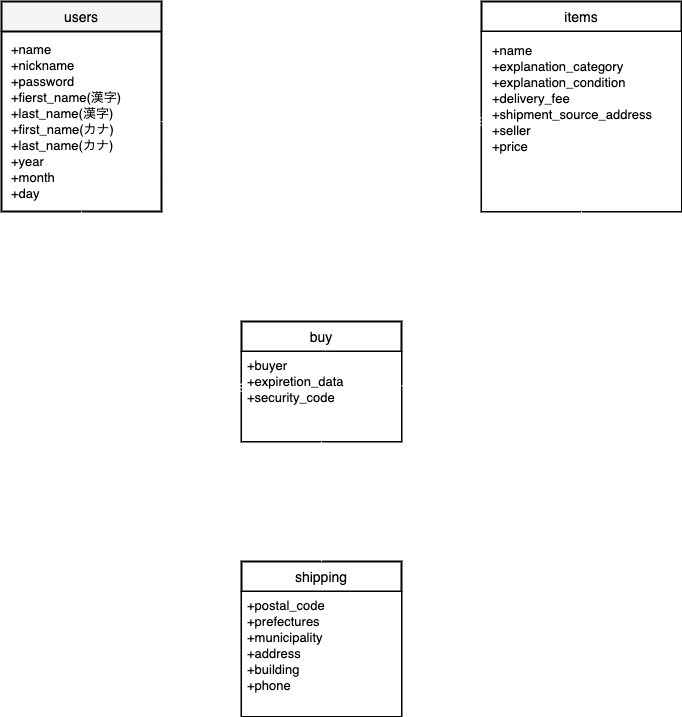
Above: furima.png in takashimayuusuke/furima-32497 (draw.io), before the change. Source tidied: cells renumbered, new cells last; positions are measured from the earlier drawing's top-left corner, leaving out a move shared by most shapes.
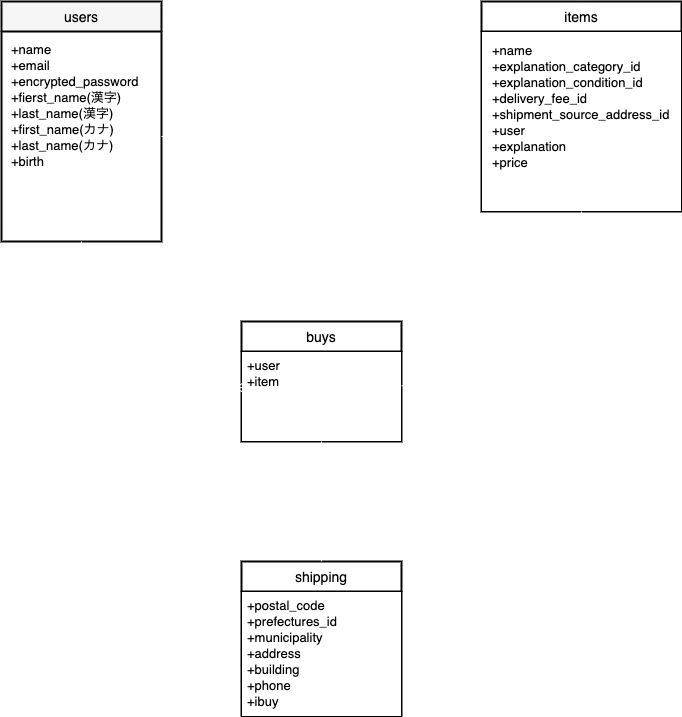
The same file after the commit.

Diff of the diagram source:
```diff
@@ -3,24 +3,26 @@
     <mxCell id="0" />
     <mxCell id="1" parent="0" />
     <mxCell id="2" value="users" style="swimlane;horizontal=1;startSize=30;rounded=0;fontSize=14;fontStyle=0;strokeWidth=2;shadow=0;dashed=0;align=center;fillColor=#f5f5f5;swimlaneFillColor=#ffffff;fontColor=#000000;strokeColor=#000000;" parent="1" vertex="1">
-      <mxGeometry width="160" height="210" as="geometry" />
+      <mxGeometry width="160" height="240" as="geometry" />
     </mxCell>
-    <mxCell id="3" value="+name&#10;+nickname&#10;+password&#10;+fierst_name(漢字)&#10;+last_name(漢字)&#10;+first_name(カナ)&#10;+last_name(カナ)&#10;+year&#10;+month&#10;+day&#10;&#10;" style="align=left;strokeColor=none;fillColor=none;spacingLeft=4;fontSize=13;verticalAlign=top;spacing=6;fontColor=#000000;labelBorderColor=none;" parent="2" vertex="1">
-      <mxGeometry y="30" width="160" height="180" as="geometry" />
+    <mxCell id="3" value="+name&#10;+email&#10;+encrypted_password&#10;+fierst_name(漢字)&#10;+last_name(漢字)&#10;+first_name(カナ)&#10;+last_name(カナ)&#10;+birth&#10;" style="align=left;strokeColor=none;fillColor=none;spacingLeft=4;fontSize=13;verticalAlign=top;spacing=6;fontColor=#000000;labelBorderColor=none;" parent="2" vertex="1">
+      <mxGeometry y="30" width="160" height="210" as="geometry" />
     </mxCell>
     <mxCell id="4" value="items" style="swimlane;horizontal=1;startSize=30;rounded=0;fontSize=14;fontStyle=0;strokeWidth=2;shadow=0;dashed=0;align=center;fontColor=#000000;labelBackgroundColor=none;fillColor=#FFFFFF;swimlaneFillColor=#FFFFFF;strokeColor=#000000;" parent="1" vertex="1">
       <mxGeometry x="480" width="200" height="210" as="geometry" />
     </mxCell>
-    <mxCell id="5" value="+name&#10;+explanation_category&#10;+explanation_condition&#10;+delivery_fee&#10;+shipment_source_address&#10;+seller&#10;+price" style="align=left;spacingLeft=4;fontSize=13;verticalAlign=top;spacing=7;fontColor=#000000;fillColor=#FFFFFF;" parent="4" vertex="1">
+    <mxCell id="5" value="+name&#10;+explanation_category_id&#10;+explanation_condition_id&#10;+delivery_fee_id&#10;+shipment_source_address_id&#10;+user&#10;+explanation&#10;+price" style="align=left;spacingLeft=4;fontSize=13;verticalAlign=top;spacing=7;fontColor=#000000;fillColor=#FFFFFF;" parent="4" vertex="1">
       <mxGeometry y="30" width="200" height="180" as="geometry" />
     </mxCell>
-    <mxCell id="6" style="edgeStyle=orthogonalEdgeStyle;rounded=0;jettySize=auto;html=1;exitX=1;exitY=0.5;exitDx=0;exitDy=0;entryX=0;entryY=0.5;entryDx=0;entryDy=0;startArrow=ERone;startFill=0;startSize=6;endArrow=ERmany;endFill=0;strokeColor=#FFFFFF;" parent="1" edge="1" source="3" target="5">
-      <mxGeometry relative="1" as="geometry" />
+    <mxCell id="6" style="edgeStyle=orthogonalEdgeStyle;rounded=0;jettySize=auto;html=1;exitX=1;exitY=0.5;exitDx=0;exitDy=0;startArrow=ERone;startFill=0;startSize=6;endArrow=ERmany;endFill=0;strokeColor=#FFFFFF;" parent="1" edge="1" source="3">
+      <mxGeometry relative="1" as="geometry">
+        <mxPoint x="476" y="135" as="targetPoint" />
+      </mxGeometry>
     </mxCell>
-    <mxCell id="7" value="buy" style="swimlane;horizontal=1;startSize=30;rounded=0;fontSize=14;fontStyle=0;strokeWidth=2;shadow=0;dashed=0;align=center;fillColor=#FFFFFF;fontColor=#000000;strokeColor=#000000;swimlaneFillColor=#ffffff;" parent="1" vertex="1">
+    <mxCell id="7" value="buys" style="swimlane;horizontal=1;startSize=30;rounded=0;fontSize=14;fontStyle=0;strokeWidth=2;shadow=0;dashed=0;align=center;fillColor=#FFFFFF;fontColor=#000000;strokeColor=#000000;swimlaneFillColor=#ffffff;" parent="1" vertex="1">
       <mxGeometry x="240" y="320" width="160" height="120" as="geometry" />
     </mxCell>
-    <mxCell id="8" value="+buyer&#10;+expiretion_data&#10;+security_code" style="align=left;spacingLeft=4;fontSize=13;verticalAlign=top;fontColor=#000000;fillColor=#FFFFFF;strokeColor=#000000;" parent="7" vertex="1">
+    <mxCell id="8" value="+user&#10;+item" style="align=left;spacingLeft=4;fontSize=13;verticalAlign=top;fontColor=#000000;fillColor=#FFFFFF;strokeColor=#000000;" parent="7" vertex="1">
       <mxGeometry y="30" width="160" height="90" as="geometry" />
     </mxCell>
     <mxCell id="9" style="edgeStyle=orthogonalEdgeStyle;rounded=0;jettySize=auto;html=1;exitX=0.5;exitY=1;exitDx=0;exitDy=0;entryX=0.004;entryY=0.402;entryDx=0;entryDy=0;entryPerimeter=0;startArrow=ERone;startFill=0;startSize=6;endArrow=ERmany;endFill=0;strokeWidth=1;strokeColor=#FFFFFF;" parent="1" edge="1" source="3" target="8">
@@ -32,7 +34,7 @@
     <mxCell id="11" value="shipping" style="swimlane;horizontal=1;startSize=30;rounded=0;fontSize=14;fontStyle=0;strokeWidth=2;shadow=0;dashed=0;align=center;fillColor=#FFFFFF;fontColor=#000000;swimlaneFillColor=#000000;strokeColor=#000000;" parent="1" vertex="1">
       <mxGeometry x="240" y="560" width="160" height="155" as="geometry" />
     </mxCell>
-    <mxCell id="12" value="+postal_code&#10;+prefectures&#10;+municipality&#10;+address&#10;+building&#10;+phone" style="align=left;spacingLeft=4;fontSize=13;verticalAlign=top;fillColor=#FFFFFF;fontColor=#000000;strokeColor=#000000;" parent="11" vertex="1">
+    <mxCell id="12" value="+postal_code&#10;+prefectures_id&#10;+municipality&#10;+address&#10;+building&#10;+phone&#10;+ibuy&#10;" style="align=left;spacingLeft=4;fontSize=13;verticalAlign=top;fillColor=#FFFFFF;fontColor=#000000;strokeColor=#000000;" parent="11" vertex="1">
       <mxGeometry y="30" width="160" height="125" as="geometry" />
     </mxCell>
     <mxCell id="13" style="edgeStyle=orthogonalEdgeStyle;rounded=0;jettySize=auto;html=1;exitX=0.5;exitY=1;exitDx=0;exitDy=0;entryX=0.5;entryY=0;entryDx=0;entryDy=0;startArrow=ERone;startFill=0;startSize=6;endArrow=ERone;endFill=0;strokeWidth=1;strokeColor=#FFFFFF;" parent="1" edge="1" source="8" target="11">
```
